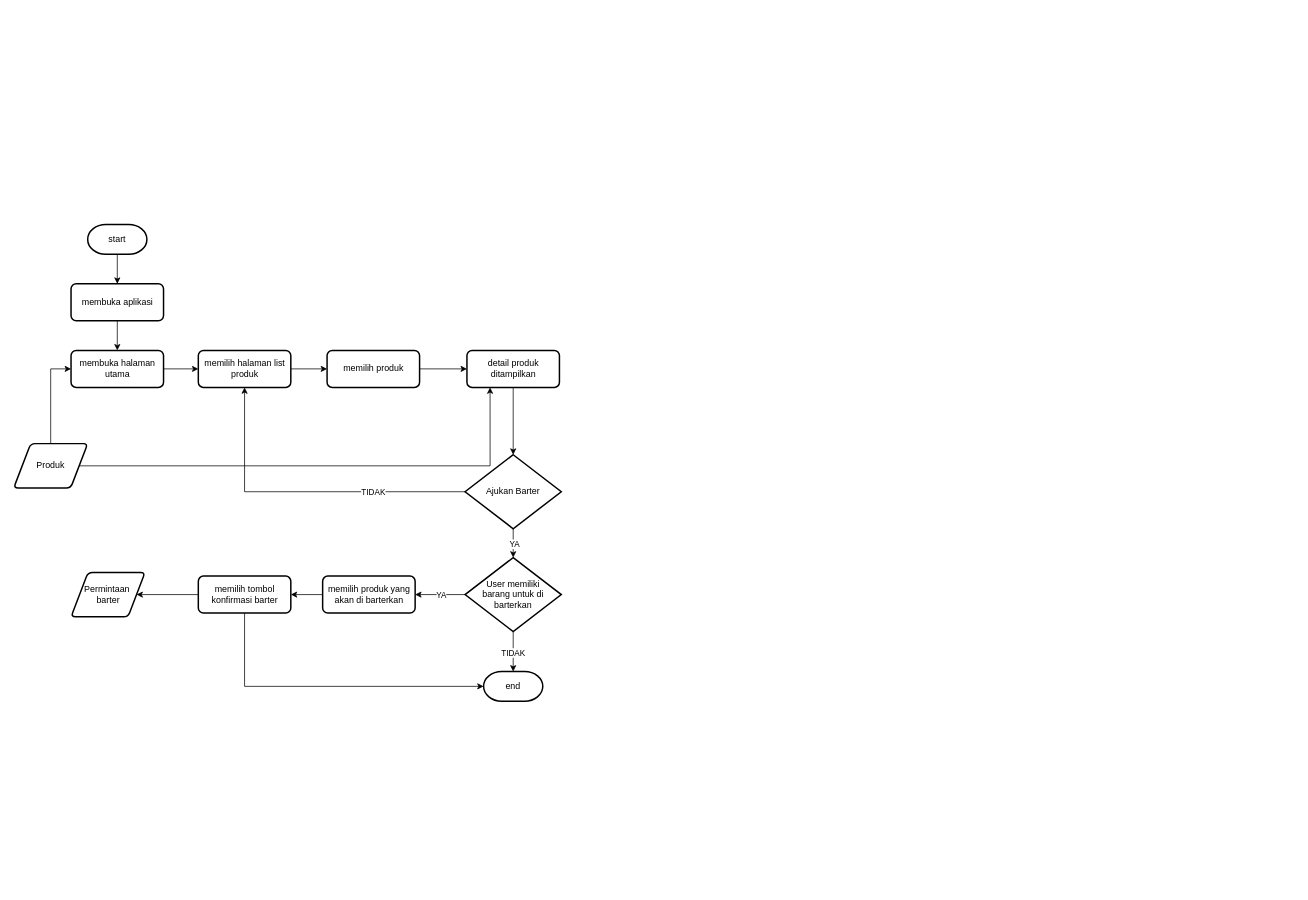
Before: page "pilih produk" (11 of 12) of Untitled Diagram.drawio in rukadabra/test, a draw.io diagram. Source tidied: cells renumbered, new cells numbered last; positions are measured from the earlier drawing's top-left corner, leaving out a move shared by most shapes. Both pictures are drawn from the tidied source at 74%, with x=0, y=0 at pixel (13, 224).
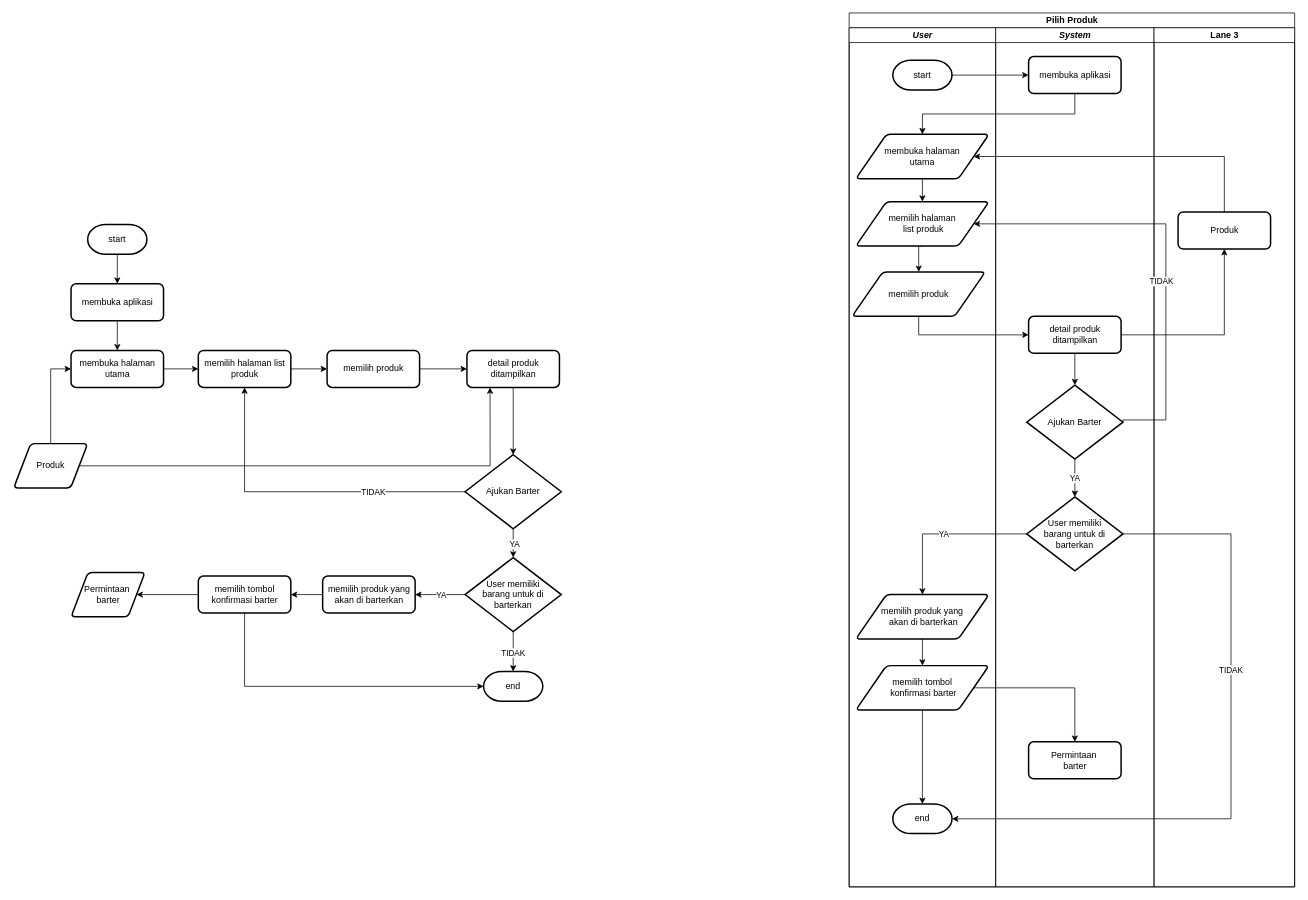
The same page after the edit.

The edit, as a diff of the source:
```diff
@@
+    <mxCell id="34" value="Pilih Produk" style="swimlane;startSize=20;html=1;" parent="1" vertex="1">
+      <mxGeometry x="1129" y="-286" width="602" height="1181" as="geometry" />
+    </mxCell>
+    <mxCell id="35" value="&lt;i&gt;User&lt;/i&gt;" style="swimlane;startSize=20;html=1;" parent="34" vertex="1">
+      <mxGeometry y="20" width="198" height="1161" as="geometry" />
+    </mxCell>
+    <mxCell id="36" value="start" style="strokeWidth=2;html=1;shape=mxgraph.flowchart.terminator;whiteSpace=wrap;" parent="35" vertex="1">
+      <mxGeometry x="59" y="44" width="80" height="40" as="geometry" />
+    </mxCell>
+    <mxCell id="37" style="edgeStyle=orthogonalEdgeStyle;rounded=0;jettySize=auto;html=1;exitX=0.5;exitY=1;exitDx=0;exitDy=0;entryX=0.5;entryY=0;entryDx=0;entryDy=0;" parent="35" edge="1" source="38" target="40">
+      <mxGeometry relative="1" as="geometry" />
+    </mxCell>
+    <mxCell id="38" value="membuka halaman &lt;br&gt;utama" style="shape=parallelogram;html=1;strokeWidth=2;perimeter=parallelogramPerimeter;whiteSpace=wrap;rounded=1;arcSize=12;size=0.23;" parent="35" vertex="1">
+      <mxGeometry x="9" y="144" width="180" height="60" as="geometry" />
+    </mxCell>
+    <mxCell id="39" style="edgeStyle=orthogonalEdgeStyle;rounded=0;jettySize=auto;html=1;exitX=0.5;exitY=1;exitDx=0;exitDy=0;entryX=0.5;entryY=0;entryDx=0;entryDy=0;" parent="35" edge="1" source="40" target="41">
+      <mxGeometry relative="1" as="geometry" />
+    </mxCell>
+    <mxCell id="40" value="memilih halaman&lt;br&gt;&amp;nbsp;list produk" style="shape=parallelogram;html=1;strokeWidth=2;perimeter=parallelogramPerimeter;whiteSpace=wrap;rounded=1;arcSize=12;size=0.23;" parent="35" vertex="1">
+      <mxGeometry x="9" y="235" width="180" height="60" as="geometry" />
+    </mxCell>
+    <mxCell id="41" value="memilih produk" style="shape=parallelogram;html=1;strokeWidth=2;perimeter=parallelogramPerimeter;whiteSpace=wrap;rounded=1;arcSize=12;size=0.23;" parent="35" vertex="1">
+      <mxGeometry x="4" y="330" width="180" height="60" as="geometry" />
+    </mxCell>
+    <mxCell id="42" style="edgeStyle=orthogonalEdgeStyle;rounded=0;orthogonalLoop=1;jettySize=auto;html=1;exitX=0.5;exitY=1;exitDx=0;exitDy=0;" parent="35" edge="1" source="41" target="41">
+      <mxGeometry relative="1" as="geometry" />
+    </mxCell>
+    <mxCell id="43" style="edgeStyle=orthogonalEdgeStyle;rounded=0;jettySize=auto;html=1;exitX=0.5;exitY=1;exitDx=0;exitDy=0;entryX=0.5;entryY=0;entryDx=0;entryDy=0;" parent="35" edge="1" source="44" target="46">
+      <mxGeometry relative="1" as="geometry" />
+    </mxCell>
+    <mxCell id="44" value="memilih produk yang&lt;br&gt;&amp;nbsp;akan di barterkan" style="shape=parallelogram;html=1;strokeWidth=2;perimeter=parallelogramPerimeter;whiteSpace=wrap;rounded=1;arcSize=12;size=0.23;" parent="35" vertex="1">
+      <mxGeometry x="9" y="766" width="180" height="60" as="geometry" />
+    </mxCell>
+    <mxCell id="45" style="edgeStyle=orthogonalEdgeStyle;rounded=0;jettySize=auto;html=1;exitX=0.5;exitY=1;exitDx=0;exitDy=0;entryX=0.5;entryY=0;entryDx=0;entryDy=0;entryPerimeter=0;" parent="35" edge="1" source="46" target="47">
+      <mxGeometry relative="1" as="geometry" />
+    </mxCell>
+    <mxCell id="46" value="memilih tombol&lt;br&gt;&amp;nbsp;konfirmasi barter" style="shape=parallelogram;html=1;strokeWidth=2;perimeter=parallelogramPerimeter;whiteSpace=wrap;rounded=1;arcSize=12;size=0.23;" parent="35" vertex="1">
+      <mxGeometry x="9" y="862" width="180" height="60" as="geometry" />
+    </mxCell>
+    <mxCell id="47" value="end" style="strokeWidth=2;html=1;shape=mxgraph.flowchart.terminator;whiteSpace=wrap;" parent="35" vertex="1">
+      <mxGeometry x="59" y="1049" width="80" height="40" as="geometry" />
+    </mxCell>
+    <mxCell id="48" value="&lt;b&gt;&lt;i&gt;System&lt;/i&gt;&lt;/b&gt;" style="swimlane;startSize=20;html=1;" parent="34" vertex="1">
+      <mxGeometry x="198" y="20" width="214" height="1161" as="geometry" />
+    </mxCell>
+    <mxCell id="49" value="membuka aplikasi" style="rounded=1;whiteSpace=wrap;html=1;absoluteArcSize=1;arcSize=14;strokeWidth=2;" parent="48" vertex="1">
+      <mxGeometry x="44.5" y="39" width="125" height="50" as="geometry" />
+    </mxCell>
+    <mxCell id="50" style="edgeStyle=orthogonalEdgeStyle;rounded=0;jettySize=auto;html=1;exitX=0.5;exitY=1;exitDx=0;exitDy=0;entryX=0.5;entryY=0;entryDx=0;entryDy=0;entryPerimeter=0;" parent="48" edge="1" source="51" target="53">
+      <mxGeometry relative="1" as="geometry" />
+    </mxCell>
+    <mxCell id="51" value="detail produk ditampilkan" style="rounded=1;whiteSpace=wrap;html=1;absoluteArcSize=1;arcSize=14;strokeWidth=2;" parent="48" vertex="1">
+      <mxGeometry x="44.5" y="390" width="125" height="50" as="geometry" />
+    </mxCell>
+    <mxCell id="52" value="YA" style="edgeStyle=orthogonalEdgeStyle;rounded=0;jettySize=auto;html=1;exitX=0.5;exitY=1;exitDx=0;exitDy=0;exitPerimeter=0;" parent="48" edge="1" source="53" target="54">
+      <mxGeometry relative="1" as="geometry" />
+    </mxCell>
+    <mxCell id="53" value="Ajukan Barter" style="strokeWidth=2;html=1;shape=mxgraph.flowchart.decision;whiteSpace=wrap;" parent="48" vertex="1">
+      <mxGeometry x="42" y="483" width="130" height="100" as="geometry" />
+    </mxCell>
+    <mxCell id="54" value="User memiliki&lt;br&gt;barang untuk di barterkan" style="strokeWidth=2;html=1;shape=mxgraph.flowchart.decision;whiteSpace=wrap;" parent="48" vertex="1">
+      <mxGeometry x="42" y="634" width="130" height="100" as="geometry" />
+    </mxCell>
+    <mxCell id="55" value="Permintaan&amp;nbsp;&lt;br&gt;barter" style="rounded=1;whiteSpace=wrap;html=1;absoluteArcSize=1;arcSize=14;strokeWidth=2;" parent="48" vertex="1">
+      <mxGeometry x="44.5" y="965" width="125" height="50" as="geometry" />
+    </mxCell>
+    <mxCell id="56" value="Lane 3" style="swimlane;startSize=20;html=1;" parent="34" vertex="1">
+      <mxGeometry x="412" y="20" width="190" height="1161" as="geometry" />
+    </mxCell>
+    <mxCell id="57" value="Produk" style="rounded=1;whiteSpace=wrap;html=1;absoluteArcSize=1;arcSize=14;strokeWidth=2;" parent="56" vertex="1">
+      <mxGeometry x="32.5" y="249" width="125" height="50" as="geometry" />
+    </mxCell>
+    <mxCell id="58" style="edgeStyle=orthogonalEdgeStyle;rounded=0;jettySize=auto;html=1;entryX=0;entryY=0.5;entryDx=0;entryDy=0;" parent="34" edge="1" source="36" target="49">
+      <mxGeometry relative="1" as="geometry" />
+    </mxCell>
+    <mxCell id="59" style="edgeStyle=orthogonalEdgeStyle;rounded=0;jettySize=auto;html=1;exitX=0.5;exitY=1;exitDx=0;exitDy=0;entryX=0;entryY=0.5;entryDx=0;entryDy=0;" parent="34" edge="1" source="41" target="51">
+      <mxGeometry relative="1" as="geometry" />
+    </mxCell>
+    <mxCell id="60" style="edgeStyle=orthogonalEdgeStyle;rounded=0;jettySize=auto;html=1;exitX=1;exitY=0.5;exitDx=0;exitDy=0;entryX=0.5;entryY=1;entryDx=0;entryDy=0;" parent="34" edge="1" source="51" target="57">
+      <mxGeometry relative="1" as="geometry" />
+    </mxCell>
+    <mxCell id="61" style="edgeStyle=orthogonalEdgeStyle;rounded=0;jettySize=auto;html=1;exitX=0.5;exitY=1;exitDx=0;exitDy=0;entryX=0.5;entryY=0;entryDx=0;entryDy=0;" parent="34" edge="1" source="49" target="38">
+      <mxGeometry relative="1" as="geometry" />
+    </mxCell>
+    <mxCell id="62" style="edgeStyle=orthogonalEdgeStyle;rounded=0;jettySize=auto;html=1;entryX=1;entryY=0.5;entryDx=0;entryDy=0;" parent="34" edge="1" source="57" target="38">
+      <mxGeometry relative="1" as="geometry">
+        <Array as="points">
+          <mxPoint x="507" y="194" />
+        </Array>
+      </mxGeometry>
+    </mxCell>
+    <mxCell id="63" value="TIDAK" style="edgeStyle=orthogonalEdgeStyle;rounded=0;jettySize=auto;html=1;exitX=1;exitY=0.5;exitDx=0;exitDy=0;exitPerimeter=0;entryX=1;entryY=0.5;entryDx=0;entryDy=0;" parent="34" edge="1" source="53" target="40">
+      <mxGeometry x="-0.15" y="6" relative="1" as="geometry">
+        <Array as="points">
+          <mxPoint x="428" y="550" />
+          <mxPoint x="428" y="285" />
+        </Array>
+        <mxPoint y="1" as="offset" />
+      </mxGeometry>
+    </mxCell>
+    <mxCell id="64" value="YA" style="edgeStyle=orthogonalEdgeStyle;rounded=0;jettySize=auto;html=1;exitX=0;exitY=0.5;exitDx=0;exitDy=0;exitPerimeter=0;entryX=0.5;entryY=0;entryDx=0;entryDy=0;" parent="34" edge="1" source="54" target="44">
+      <mxGeometry relative="1" as="geometry" />
+    </mxCell>
+    <mxCell id="65" style="edgeStyle=orthogonalEdgeStyle;rounded=0;jettySize=auto;html=1;exitX=1;exitY=0.5;exitDx=0;exitDy=0;entryX=0.5;entryY=0;entryDx=0;entryDy=0;" parent="34" edge="1" source="46" target="55">
+      <mxGeometry relative="1" as="geometry" />
+    </mxCell>
+    <mxCell id="66" value="TIDAK" style="edgeStyle=orthogonalEdgeStyle;rounded=0;jettySize=auto;html=1;exitX=1;exitY=0.5;exitDx=0;exitDy=0;exitPerimeter=0;entryX=1;entryY=0.5;entryDx=0;entryDy=0;entryPerimeter=0;" parent="34" edge="1" source="54" target="47">
+      <mxGeometry x="-0.27" relative="1" as="geometry">
+        <Array as="points">
+          <mxPoint x="516" y="704" />
+          <mxPoint x="516" y="1089" />
+        </Array>
+        <mxPoint y="-1" as="offset" />
+      </mxGeometry>
+    </mxCell>
```
